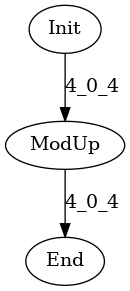
Above: data/graph_poly.dot.png in hal-lab-u-tokyo/PolyFHE (Graphviz), before the change. Its source is kept beside it as data/graph_poly.dot.
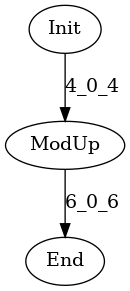
The same diagram one commit later.

What changed in the source:
```diff
@@ -3,5 +3,5 @@
 End[label="End"];
 ModUp[label="ModUp"];
 Init -> ModUp[label="4_0_4"];
-ModUp -> End[label="4_0_4"];
+ModUp -> End[label="6_0_6"];
 }
```
